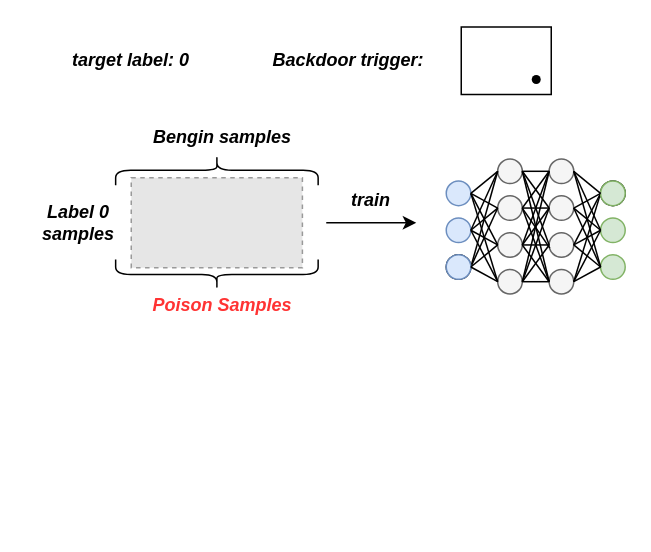
Before: drawio/BadNets.drawio in ShizhongP/dl-notes, a draw.io diagram. Source tidied: cells renumbered, new cells numbered last; positions are measured from the earlier drawing's top-left corner, leaving out a move shared by most shapes. Both pictures are drawn from the tidied source at 150%, with x=0, y=0 at pixel (26, 26). Pictures stored in the file or linked from it are replaced by grey dashed boxes.
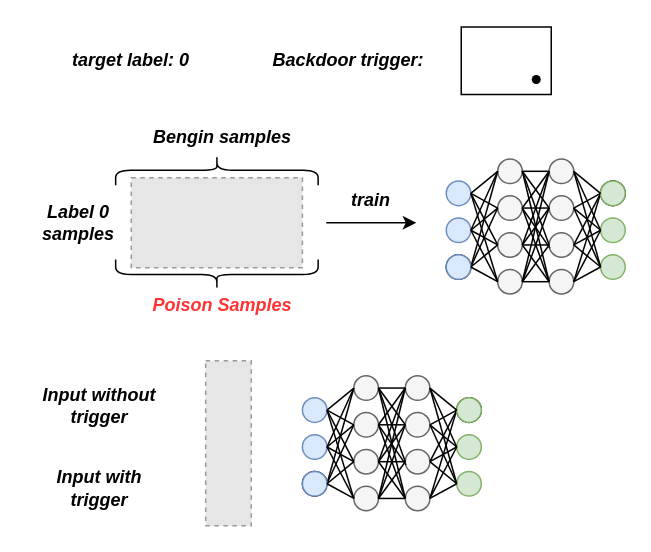
The same page after the edit.

Change to the diagram source:
```diff
@@
+    <mxCell id="72" style="fillColor=#E6E6E6;strokeColor=#999999;dashed=1;verticalLabelPosition=bottom;labelBackgroundColor=default;verticalAlign=top;" parent="1" vertex="1">
+      <mxGeometry x="119.6" y="223" width="30.4" height="110" as="geometry" />
+    </mxCell>
+    <mxCell id="73" style="group;" parent="1" vertex="1">
+      <mxGeometry x="184.1" y="233" width="120" height="90" as="geometry" />
+    </mxCell>
+    <mxCell id="74" style="ellipse;whiteSpace=wrap;html=1;fillColor=#dae8fc;strokeColor=#6c8ebf;" parent="73" vertex="1">
+      <mxGeometry y="14.7" width="16.4" height="16.4" as="geometry" />
+    </mxCell>
+    <mxCell id="75" style="ellipse;whiteSpace=wrap;html=1;fillColor=#dae8fc;strokeColor=#6c8ebf;" parent="73" vertex="1">
+      <mxGeometry y="39.3" width="16.4" height="16.4" as="geometry" />
+    </mxCell>
+    <mxCell id="76" style="ellipse;whiteSpace=wrap;html=1;" parent="73" vertex="1">
+      <mxGeometry y="63.8" width="16.4" height="16.4" as="geometry" />
+    </mxCell>
+    <mxCell id="77" style="ellipse;whiteSpace=wrap;html=1;fillColor=#f5f5f5;fontColor=#333333;strokeColor=#666666;" parent="73" vertex="1">
+      <mxGeometry x="34.3" width="16.4" height="16.4" as="geometry" />
+    </mxCell>
+    <mxCell id="78" style="ellipse;whiteSpace=wrap;html=1;fillColor=#f5f5f5;fontColor=#333333;strokeColor=#666666;" parent="73" vertex="1">
+      <mxGeometry x="34.3" y="24.5" width="16.4" height="16.4" as="geometry" />
+    </mxCell>
+    <mxCell id="79" style="ellipse;whiteSpace=wrap;html=1;fillColor=#f5f5f5;fontColor=#333333;strokeColor=#666666;" parent="73" vertex="1">
+      <mxGeometry x="34.3" y="49.1" width="16.4" height="16.4" as="geometry" />
+    </mxCell>
+    <mxCell id="80" style="ellipse;whiteSpace=wrap;html=1;fillColor=#f5f5f5;fontColor=#333333;strokeColor=#666666;" parent="73" vertex="1">
+      <mxGeometry x="34.3" y="73.6" width="16.4" height="16.4" as="geometry" />
+    </mxCell>
+    <mxCell id="81" style="endArrow=none;html=1;rounded=0;exitX=1;exitY=0.5;exitDx=0;exitDy=0;entryX=0;entryY=0.5;entryDx=0;entryDy=0;" parent="73" edge="1" source="74" target="77">
+      <mxGeometry relative="1" as="geometry" />
+    </mxCell>
+    <mxCell id="82" style="endArrow=none;html=1;rounded=0;exitX=1;exitY=0.5;exitDx=0;exitDy=0;entryX=0;entryY=0.5;entryDx=0;entryDy=0;" parent="73" edge="1" source="74" target="78">
+      <mxGeometry relative="1" as="geometry" />
+    </mxCell>
+    <mxCell id="83" style="endArrow=none;html=1;rounded=0;exitX=1;exitY=0.5;exitDx=0;exitDy=0;entryX=0;entryY=0.5;entryDx=0;entryDy=0;" parent="73" edge="1" source="74" target="79">
+      <mxGeometry relative="1" as="geometry" />
+    </mxCell>
+    <mxCell id="84" style="endArrow=none;html=1;rounded=0;exitX=1;exitY=0.5;exitDx=0;exitDy=0;entryX=0;entryY=0.5;entryDx=0;entryDy=0;" parent="73" edge="1" source="74" target="80">
+      <mxGeometry relative="1" as="geometry" />
+    </mxCell>
+    <mxCell id="85" style="endArrow=none;html=1;rounded=0;exitX=1;exitY=0.5;exitDx=0;exitDy=0;entryX=0;entryY=0.5;entryDx=0;entryDy=0;" parent="73" edge="1" source="75" target="77">
+      <mxGeometry relative="1" as="geometry" />
+    </mxCell>
+    <mxCell id="86" style="endArrow=none;html=1;rounded=0;exitX=1;exitY=0.5;exitDx=0;exitDy=0;entryX=0;entryY=0.5;entryDx=0;entryDy=0;" parent="73" edge="1" source="75" target="78">
+      <mxGeometry relative="1" as="geometry" />
+    </mxCell>
+    <mxCell id="87" style="endArrow=none;html=1;rounded=0;entryX=0;entryY=0.5;entryDx=0;entryDy=0;exitX=1;exitY=0.5;exitDx=0;exitDy=0;" parent="73" edge="1" source="75" target="79">
+      <mxGeometry relative="1" as="geometry" />
+    </mxCell>
+    <mxCell id="88" style="endArrow=none;html=1;rounded=0;entryX=0;entryY=0.5;entryDx=0;entryDy=0;exitX=1;exitY=0.5;exitDx=0;exitDy=0;" parent="73" edge="1" source="75" target="80">
+      <mxGeometry relative="1" as="geometry" />
+    </mxCell>
+    <mxCell id="89" style="endArrow=none;html=1;rounded=0;exitX=1;exitY=0.5;exitDx=0;exitDy=0;entryX=0;entryY=0.5;entryDx=0;entryDy=0;" parent="73" edge="1" source="76" target="77">
+      <mxGeometry relative="1" as="geometry" />
+    </mxCell>
+    <mxCell id="90" style="endArrow=none;html=1;rounded=0;exitX=1;exitY=0.5;exitDx=0;exitDy=0;entryX=0;entryY=0.5;entryDx=0;entryDy=0;" parent="73" edge="1" source="76" target="78">
+      <mxGeometry relative="1" as="geometry" />
+    </mxCell>
+    <mxCell id="91" style="ellipse;whiteSpace=wrap;html=1;fillColor=#dae8fc;strokeColor=#6c8ebf;" parent="73" vertex="1">
+      <mxGeometry y="63.8" width="16.4" height="16.4" as="geometry" />
+    </mxCell>
+    <mxCell id="92" style="endArrow=none;html=1;rounded=0;exitX=1;exitY=0.5;exitDx=0;exitDy=0;entryX=0;entryY=0.5;entryDx=0;entryDy=0;" parent="73" edge="1" source="91" target="79">
+      <mxGeometry relative="1" as="geometry" />
+    </mxCell>
+    <mxCell id="93" style="endArrow=none;html=1;rounded=0;exitX=1;exitY=0.5;exitDx=0;exitDy=0;entryX=0;entryY=0.5;entryDx=0;entryDy=0;" parent="73" edge="1" source="91" target="80">
+      <mxGeometry relative="1" as="geometry" />
+    </mxCell>
+    <mxCell id="94" style="group;rotation=-180;" parent="73" vertex="1">
+      <mxGeometry x="68.6" width="51.4" height="90" as="geometry" />
+    </mxCell>
+    <mxCell id="95" style="ellipse;whiteSpace=wrap;html=1;rotation=-180;fillColor=#d5e8d4;strokeColor=#82b366;" parent="94" vertex="1">
+      <mxGeometry x="34.3" y="63.8" width="16.4" height="16.4" as="geometry" />
+    </mxCell>
+    <mxCell id="96" style="ellipse;whiteSpace=wrap;html=1;rotation=-180;fillColor=#d5e8d4;strokeColor=#82b366;" parent="94" vertex="1">
+      <mxGeometry x="34.3" y="39.3" width="16.4" height="16.4" as="geometry" />
+    </mxCell>
+    <mxCell id="97" style="ellipse;whiteSpace=wrap;html=1;rotation=-180;" parent="94" vertex="1">
+      <mxGeometry x="34.3" y="14.7" width="16.4" height="16.4" as="geometry" />
+    </mxCell>
+    <mxCell id="98" style="ellipse;whiteSpace=wrap;html=1;rotation=-180;fillColor=#f5f5f5;fontColor=#333333;strokeColor=#666666;" parent="94" vertex="1">
+      <mxGeometry y="73.6" width="16.4" height="16.4" as="geometry" />
+    </mxCell>
+    <mxCell id="99" style="ellipse;whiteSpace=wrap;html=1;rotation=-180;fillColor=#f5f5f5;fontColor=#333333;strokeColor=#666666;" parent="94" vertex="1">
+      <mxGeometry y="49.1" width="16.4" height="16.4" as="geometry" />
+    </mxCell>
+    <mxCell id="100" style="ellipse;whiteSpace=wrap;html=1;rotation=-180;fillColor=#f5f5f5;fontColor=#333333;strokeColor=#666666;" parent="94" vertex="1">
+      <mxGeometry y="24.5" width="16.4" height="16.4" as="geometry" />
+    </mxCell>
+    <mxCell id="101" style="ellipse;whiteSpace=wrap;html=1;rotation=-180;fillColor=#f5f5f5;fontColor=#333333;strokeColor=#666666;" parent="94" vertex="1">
+      <mxGeometry width="16.4" height="16.4" as="geometry" />
+    </mxCell>
+    <mxCell id="102" style="endArrow=none;html=1;rounded=0;exitX=1;exitY=0.5;exitDx=0;exitDy=0;entryX=0;entryY=0.5;entryDx=0;entryDy=0;" parent="94" edge="1" source="95" target="98">
+      <mxGeometry relative="1" as="geometry" />
+    </mxCell>
+    <mxCell id="103" style="endArrow=none;html=1;rounded=0;exitX=1;exitY=0.5;exitDx=0;exitDy=0;entryX=0;entryY=0.5;entryDx=0;entryDy=0;" parent="94" edge="1" source="95" target="99">
+      <mxGeometry relative="1" as="geometry" />
+    </mxCell>
+    <mxCell id="104" style="endArrow=none;html=1;rounded=0;exitX=1;exitY=0.5;exitDx=0;exitDy=0;entryX=0;entryY=0.5;entryDx=0;entryDy=0;" parent="94" edge="1" source="95" target="100">
+      <mxGeometry relative="1" as="geometry" />
+    </mxCell>
+    <mxCell id="105" style="endArrow=none;html=1;rounded=0;exitX=1;exitY=0.5;exitDx=0;exitDy=0;entryX=0;entryY=0.5;entryDx=0;entryDy=0;" parent="94" edge="1" source="95" target="101">
+      <mxGeometry relative="1" as="geometry" />
+    </mxCell>
+    <mxCell id="106" style="endArrow=none;html=1;rounded=0;exitX=1;exitY=0.5;exitDx=0;exitDy=0;entryX=0;entryY=0.5;entryDx=0;entryDy=0;" parent="94" edge="1" source="96" target="98">
+      <mxGeometry relative="1" as="geometry" />
+    </mxCell>
+    <mxCell id="107" style="endArrow=none;html=1;rounded=0;exitX=1;exitY=0.5;exitDx=0;exitDy=0;entryX=0;entryY=0.5;entryDx=0;entryDy=0;" parent="94" edge="1" source="96" target="99">
+      <mxGeometry relative="1" as="geometry" />
+    </mxCell>
+    <mxCell id="108" style="endArrow=none;html=1;rounded=0;entryX=0;entryY=0.5;entryDx=0;entryDy=0;exitX=1;exitY=0.5;exitDx=0;exitDy=0;" parent="94" edge="1" source="96" target="100">
+      <mxGeometry relative="1" as="geometry" />
+    </mxCell>
+    <mxCell id="109" style="endArrow=none;html=1;rounded=0;entryX=0;entryY=0.5;entryDx=0;entryDy=0;exitX=1;exitY=0.5;exitDx=0;exitDy=0;" parent="94" edge="1" source="96" target="101">
+      <mxGeometry relative="1" as="geometry" />
+    </mxCell>
+    <mxCell id="110" style="endArrow=none;html=1;rounded=0;exitX=1;exitY=0.5;exitDx=0;exitDy=0;entryX=0;entryY=0.5;entryDx=0;entryDy=0;" parent="94" edge="1" source="97" target="98">
+      <mxGeometry relative="1" as="geometry" />
+    </mxCell>
+    <mxCell id="111" style="endArrow=none;html=1;rounded=0;exitX=1;exitY=0.5;exitDx=0;exitDy=0;entryX=0;entryY=0.5;entryDx=0;entryDy=0;" parent="94" edge="1" source="97" target="99">
+      <mxGeometry relative="1" as="geometry" />
+    </mxCell>
+    <mxCell id="112" style="ellipse;whiteSpace=wrap;html=1;rotation=-180;fillColor=#d5e8d4;strokeColor=#82b366;" parent="94" vertex="1">
+      <mxGeometry x="34.3" y="14.7" width="16.4" height="16.4" as="geometry" />
+    </mxCell>
+    <mxCell id="113" style="endArrow=none;html=1;rounded=0;exitX=1;exitY=0.5;exitDx=0;exitDy=0;entryX=0;entryY=0.5;entryDx=0;entryDy=0;" parent="94" edge="1" source="112" target="100">
+      <mxGeometry relative="1" as="geometry" />
+    </mxCell>
+    <mxCell id="114" style="endArrow=none;html=1;rounded=0;exitX=1;exitY=0.5;exitDx=0;exitDy=0;entryX=0;entryY=0.5;entryDx=0;entryDy=0;" parent="94" edge="1" source="112" target="101">
+      <mxGeometry relative="1" as="geometry" />
+    </mxCell>
+    <mxCell id="115" style="endArrow=none;html=1;rounded=0;exitX=1;exitY=0.5;exitDx=0;exitDy=0;entryX=1;entryY=0.5;entryDx=0;entryDy=0;" parent="73" edge="1" source="77" target="101">
+      <mxGeometry relative="1" as="geometry" />
+    </mxCell>
+    <mxCell id="116" style="endArrow=none;html=1;rounded=0;exitX=1;exitY=0.5;exitDx=0;exitDy=0;entryX=1;entryY=0.5;entryDx=0;entryDy=0;" parent="73" edge="1" source="77" target="100">
+      <mxGeometry relative="1" as="geometry" />
+    </mxCell>
+    <mxCell id="117" style="endArrow=none;html=1;rounded=0;exitX=1;exitY=0.5;exitDx=0;exitDy=0;entryX=1;entryY=0.5;entryDx=0;entryDy=0;" parent="73" edge="1" source="77" target="99">
+      <mxGeometry relative="1" as="geometry" />
+    </mxCell>
+    <mxCell id="118" style="endArrow=none;html=1;rounded=0;exitX=1;exitY=0.5;exitDx=0;exitDy=0;entryX=1;entryY=0.5;entryDx=0;entryDy=0;" parent="73" edge="1" source="77" target="98">
+      <mxGeometry relative="1" as="geometry" />
+    </mxCell>
+    <mxCell id="119" style="endArrow=none;html=1;rounded=0;exitX=1;exitY=0.5;exitDx=0;exitDy=0;entryX=1;entryY=0.5;entryDx=0;entryDy=0;" parent="73" edge="1" source="78" target="101">
+      <mxGeometry relative="1" as="geometry" />
+    </mxCell>
+    <mxCell id="120" style="endArrow=none;html=1;rounded=0;exitX=1;exitY=0.5;exitDx=0;exitDy=0;entryX=1;entryY=0.5;entryDx=0;entryDy=0;" parent="73" edge="1" source="78" target="100">
+      <mxGeometry relative="1" as="geometry" />
+    </mxCell>
+    <mxCell id="121" style="endArrow=none;html=1;rounded=0;exitX=1;exitY=0.5;exitDx=0;exitDy=0;entryX=0.972;entryY=0.372;entryDx=0;entryDy=0;entryPerimeter=0;" parent="73" edge="1" source="78" target="99">
+      <mxGeometry relative="1" as="geometry" />
+    </mxCell>
+    <mxCell id="122" style="endArrow=none;html=1;rounded=0;exitX=1;exitY=0.5;exitDx=0;exitDy=0;entryX=1;entryY=0.5;entryDx=0;entryDy=0;" parent="73" edge="1" source="78" target="98">
+      <mxGeometry relative="1" as="geometry" />
+    </mxCell>
+    <mxCell id="123" style="endArrow=none;html=1;rounded=0;exitX=1;exitY=0.5;exitDx=0;exitDy=0;entryX=1;entryY=0.5;entryDx=0;entryDy=0;" parent="73" edge="1" source="79" target="101">
+      <mxGeometry relative="1" as="geometry" />
+    </mxCell>
+    <mxCell id="124" style="endArrow=none;html=1;rounded=0;exitX=1;exitY=0.5;exitDx=0;exitDy=0;entryX=1;entryY=0.5;entryDx=0;entryDy=0;" parent="73" edge="1" source="79" target="100">
+      <mxGeometry relative="1" as="geometry" />
+    </mxCell>
+    <mxCell id="125" style="endArrow=none;html=1;rounded=0;exitX=1;exitY=0.5;exitDx=0;exitDy=0;entryX=1;entryY=0.5;entryDx=0;entryDy=0;" parent="73" edge="1" source="79" target="99">
+      <mxGeometry relative="1" as="geometry" />
+    </mxCell>
+    <mxCell id="126" style="endArrow=none;html=1;rounded=0;exitX=1;exitY=0.5;exitDx=0;exitDy=0;entryX=1;entryY=0.5;entryDx=0;entryDy=0;" parent="73" edge="1" source="79" target="98">
+      <mxGeometry relative="1" as="geometry" />
+    </mxCell>
+    <mxCell id="127" style="endArrow=none;html=1;rounded=0;exitX=1;exitY=0.5;exitDx=0;exitDy=0;entryX=1;entryY=0.5;entryDx=0;entryDy=0;" parent="73" edge="1" source="80" target="98">
+      <mxGeometry relative="1" as="geometry" />
+    </mxCell>
+    <mxCell id="128" style="endArrow=none;html=1;rounded=0;exitX=1;exitY=0.5;exitDx=0;exitDy=0;entryX=1;entryY=0.5;entryDx=0;entryDy=0;" parent="73" edge="1" source="80" target="99">
+      <mxGeometry relative="1" as="geometry" />
+    </mxCell>
+    <mxCell id="129" style="endArrow=none;html=1;rounded=0;exitX=1;exitY=0.5;exitDx=0;exitDy=0;entryX=1;entryY=0.5;entryDx=0;entryDy=0;" parent="73" edge="1" source="80" target="100">
+      <mxGeometry relative="1" as="geometry" />
+    </mxCell>
+    <mxCell id="130" style="endArrow=none;html=1;rounded=0;exitX=1;exitY=0.5;exitDx=0;exitDy=0;entryX=1;entryY=0.5;entryDx=0;entryDy=0;" parent="73" edge="1" source="80" target="101">
+      <mxGeometry relative="1" as="geometry" />
+    </mxCell>
+    <mxCell id="131" value="&lt;b&gt;&lt;i&gt;Input without trigger&lt;/i&gt;&lt;/b&gt;" style="text;html=1;align=center;verticalAlign=middle;whiteSpace=wrap;rounded=0;" parent="1" vertex="1">
+      <mxGeometry y="238" width="98.3" height="30" as="geometry" />
+    </mxCell>
+    <mxCell id="132" value="&lt;b&gt;&lt;i&gt;Input with trigger&lt;/i&gt;&lt;/b&gt;" style="text;html=1;align=center;verticalAlign=middle;whiteSpace=wrap;rounded=0;" parent="1" vertex="1">
+      <mxGeometry y="293" width="98.3" height="30" as="geometry" />
+    </mxCell>
```
